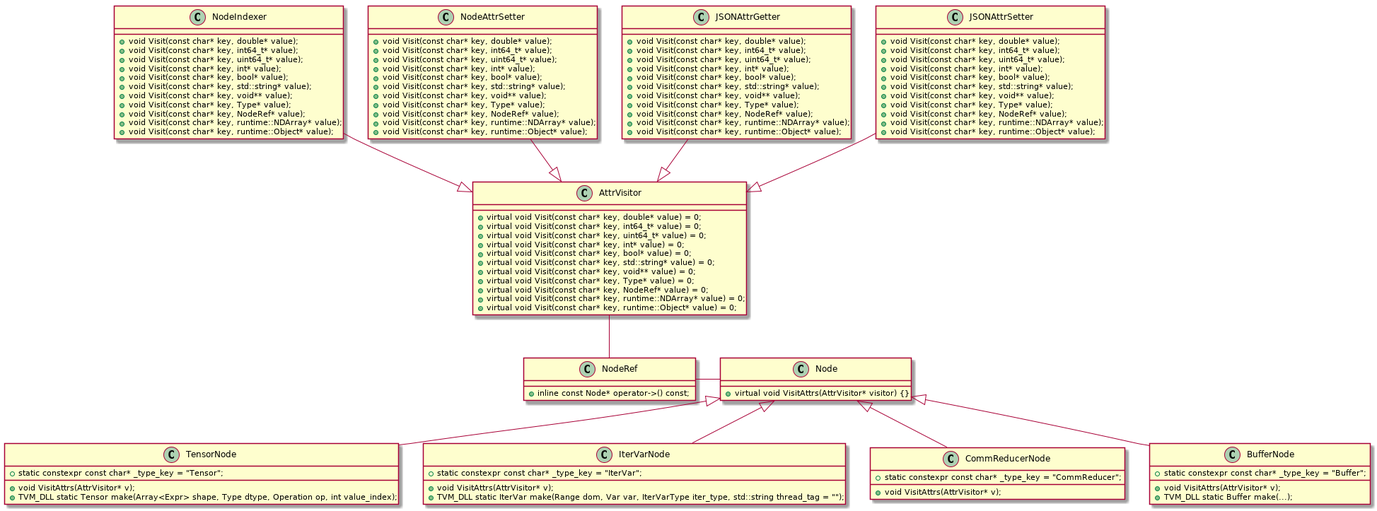
chsgcxy/messy_notes keeps this PlantUML diagram as out/tvm/node-class/tvm-class-diagram.png. Above is the earlier version. The source it was exported from:
```plantuml
@startuml tvm-class-diagram

class AttrVisitor {
    {method} +virtual void Visit(const char* key, double* value) = 0;
    {method} +virtual void Visit(const char* key, int64_t* value) = 0;
    {method} +virtual void Visit(const char* key, uint64_t* value) = 0;
    {method} +virtual void Visit(const char* key, int* value) = 0;
    {method} +virtual void Visit(const char* key, bool* value) = 0;
    {method} +virtual void Visit(const char* key, std::string* value) = 0;
    {method} +virtual void Visit(const char* key, void** value) = 0;
    {method} +virtual void Visit(const char* key, Type* value) = 0;
    {method} +virtual void Visit(const char* key, NodeRef* value) = 0;
    {method} +virtual void Visit(const char* key, runtime::NDArray* value) = 0;
    {method} +virtual void Visit(const char* key, runtime::Object* value) = 0;
}

class NodeIndexer {
    {method} +void Visit(const char* key, double* value);
    {method} +void Visit(const char* key, int64_t* value);
    {method} +void Visit(const char* key, uint64_t* value);
    {method} +void Visit(const char* key, int* value);
    {method} +void Visit(const char* key, bool* value);
    {method} +void Visit(const char* key, std::string* value);
    {method} +void Visit(const char* key, void** value);
    {method} +void Visit(const char* key, Type* value);
    {method} +void Visit(const char* key, NodeRef* value);
    {method} +void Visit(const char* key, runtime::NDArray* value);
    {method} +void Visit(const char* key, runtime::Object* value);
}

class NodeAttrSetter {
    {method} +void Visit(const char* key, double* value);
    {method} +void Visit(const char* key, int64_t* value);
    {method} +void Visit(const char* key, uint64_t* value);
    {method} +void Visit(const char* key, int* value);
    {method} +void Visit(const char* key, bool* value);
    {method} +void Visit(const char* key, std::string* value);
    {method} +void Visit(const char* key, void** value);
    {method} +void Visit(const char* key, Type* value);
    {method} +void Visit(const char* key, NodeRef* value);
    {method} +void Visit(const char* key, runtime::NDArray* value);
    {method} +void Visit(const char* key, runtime::Object* value);
}

class JSONAttrGetter {
    {method} +void Visit(const char* key, double* value);
    {method} +void Visit(const char* key, int64_t* value);
    {method} +void Visit(const char* key, uint64_t* value);
    {method} +void Visit(const char* key, int* value);
    {method} +void Visit(const char* key, bool* value);
    {method} +void Visit(const char* key, std::string* value);
    {method} +void Visit(const char* key, void** value);
    {method} +void Visit(const char* key, Type* value);
    {method} +void Visit(const char* key, NodeRef* value);
    {method} +void Visit(const char* key, runtime::NDArray* value);
    {method} +void Visit(const char* key, runtime::Object* value);
}

class JSONAttrSetter {
    {method} +void Visit(const char* key, double* value);
    {method} +void Visit(const char* key, int64_t* value);
    {method} +void Visit(const char* key, uint64_t* value);
    {method} +void Visit(const char* key, int* value);
    {method} +void Visit(const char* key, bool* value);
    {method} +void Visit(const char* key, std::string* value);
    {method} +void Visit(const char* key, void** value);
    {method} +void Visit(const char* key, Type* value);
    {method} +void Visit(const char* key, NodeRef* value);
    {method} +void Visit(const char* key, runtime::NDArray* value);
    {method} +void Visit(const char* key, runtime::Object* value);
}

NodeIndexer --|> AttrVisitor
NodeAttrSetter --|> AttrVisitor
JSONAttrGetter --|> AttrVisitor
JSONAttrSetter --|> AttrVisitor


class Node {
    {method} +virtual void VisitAttrs(AttrVisitor* visitor) {}
}

class TensorNode {
    {field} +static constexpr const char* _type_key = "Tensor";
    {method} +void VisitAttrs(AttrVisitor* v);
    {method} +TVM_DLL static Tensor make(Array<Expr> shape, Type dtype, Operation op, int value_index);
}

class IterVarNode {
    {field} +static constexpr const char* _type_key = "IterVar";
    {method} +void VisitAttrs(AttrVisitor* v);
    {method} +TVM_DLL static IterVar make(Range dom, Var var, IterVarType iter_type, std::string thread_tag = "");
}

class CommReducerNode {
    {field} +static constexpr const char* _type_key = "CommReducer";
    {method} +void VisitAttrs(AttrVisitor* v);
}

class BufferNode {
    {field} +static constexpr const char* _type_key = "Buffer";
    {method} +void VisitAttrs(AttrVisitor* v);
    {method} +TVM_DLL static Buffer make(...);
}

BufferNode -up-|> Node
CommReducerNode -up-|> Node
IterVarNode -up-|> Node
TensorNode -up-|> Node

class NodeRef {
  {method} +inline const Node* operator->() const;
}

NodeRef -up- AttrVisitor
Node -left- NodeRef

@enduml
```
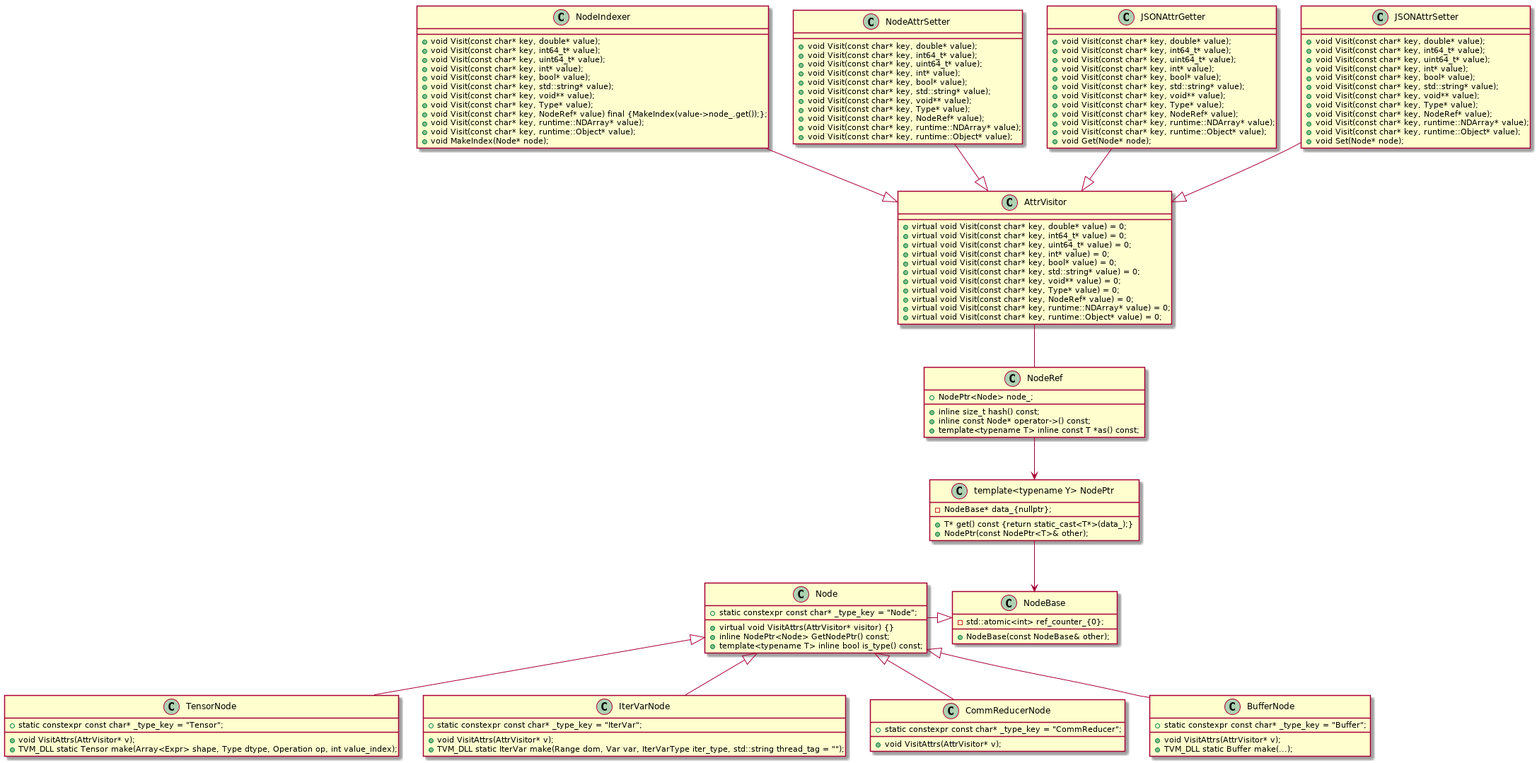
Above is the later version.

Change to the diagram source:
```diff
@@ -23,9 +23,10 @@
     {method} +void Visit(const char* key, std::string* value);
     {method} +void Visit(const char* key, void** value);
     {method} +void Visit(const char* key, Type* value);
-    {method} +void Visit(const char* key, NodeRef* value);
+    {method} +void Visit(const char* key, NodeRef* value) final {MakeIndex(value->node_.get());};
     {method} +void Visit(const char* key, runtime::NDArray* value);
     {method} +void Visit(const char* key, runtime::Object* value);
+    {method} +void MakeIndex(Node* node);
 }
 
 class NodeAttrSetter {
@@ -54,6 +55,7 @@
     {method} +void Visit(const char* key, NodeRef* value);
     {method} +void Visit(const char* key, runtime::NDArray* value);
     {method} +void Visit(const char* key, runtime::Object* value);
+    {method} +void Get(Node* node);
 }
 
 class JSONAttrSetter {
@@ -68,6 +70,7 @@
     {method} +void Visit(const char* key, NodeRef* value);
     {method} +void Visit(const char* key, runtime::NDArray* value);
     {method} +void Visit(const char* key, runtime::Object* value);
+    {method} +void Set(Node* node);
 }
 
 NodeIndexer --|> AttrVisitor
@@ -77,7 +80,10 @@
 
 
 class Node {
+    {field} +static constexpr const char* _type_key = "Node";
     {method} +virtual void VisitAttrs(AttrVisitor* visitor) {}
+    {method} +inline NodePtr<Node> GetNodePtr() const;
+    {method} +template<typename T> inline bool is_type() const;
 }
 
 class TensorNode {
@@ -109,10 +115,26 @@
 TensorNode -up-|> Node
 
 class NodeRef {
-  {method} +inline const Node* operator->() const;
+    {field} +NodePtr<Node> node_;
+    {method} +inline size_t hash() const;
+    {method} +inline const Node* operator->() const;
+    {method} +template<typename T> inline const T *as() const;
 }
 
+class "template<typename Y> NodePtr" as NodePtr{
+    {field} -NodeBase* data_{nullptr};
+    {method} +T* get() const {return static_cast<T*>(data_);}
+    {method} +NodePtr(const NodePtr<T>& other);
+}
+
+class NodeBase {
+    {field} -std::atomic<int> ref_counter_{0};
+    {method} +NodeBase(const NodeBase& other);
+}
+
+Node -right-|> NodeBase
 NodeRef -up- AttrVisitor
-Node -left- NodeRef
+NodePtr --> NodeBase
+NodeRef --> NodePtr
 
 @enduml
```
